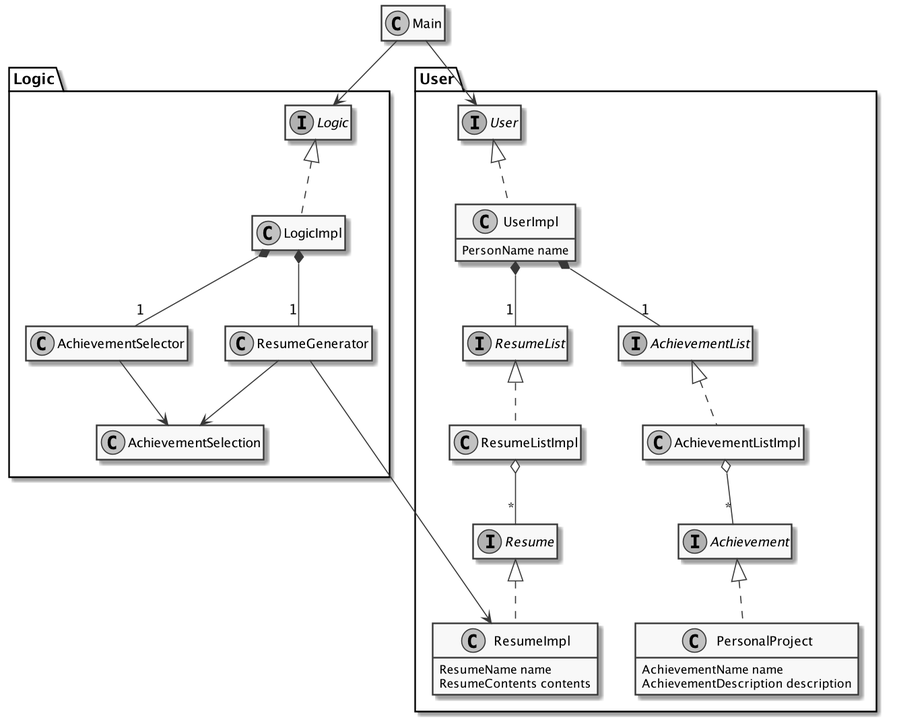
Earlier version of the PlantUML export docs/images/BackendClassDiagram.png (marckysan/ResuMe). Its source is kept beside it as docs/diagrams/BackendClassDiagram.puml. Source of this version:
```plantuml
@startuml

skinparam monochrome true
hide empty members

class Main
Main --> Logic.Logic
Main --> User.User

namespace Logic {

interface Logic
class LogicImpl
Logic <|.. LogicImpl

class ResumeGenerator
class AchievementSelector
LogicImpl *-- "1" ResumeGenerator
LogicImpl *-- "1" AchievementSelector

class AchievementSelection
AchievementSelector --> AchievementSelection

ResumeGenerator --> AchievementSelection
ResumeGenerator --> User.ResumeImpl
}

namespace User {

interface User
class UserImpl {
    PersonName name
}
User <|.. UserImpl
UserImpl *-- "1" AchievementList
UserImpl *-- "1" ResumeList

interface Achievement
class PersonalProject {
    AchievementName name
    AchievementDescription description
}
interface AchievementList
class AchievementListImpl
Achievement <|.. PersonalProject
AchievementList <|.. AchievementListImpl
AchievementListImpl o-- "*" Achievement

interface Resume
class ResumeImpl {
    ResumeName name
    ResumeContents contents
}
interface ResumeList
class ResumeListImpl
Resume <|.. ResumeImpl
ResumeList <|.. ResumeListImpl
ResumeListImpl o-- "*" Resume

}

@enduml
```
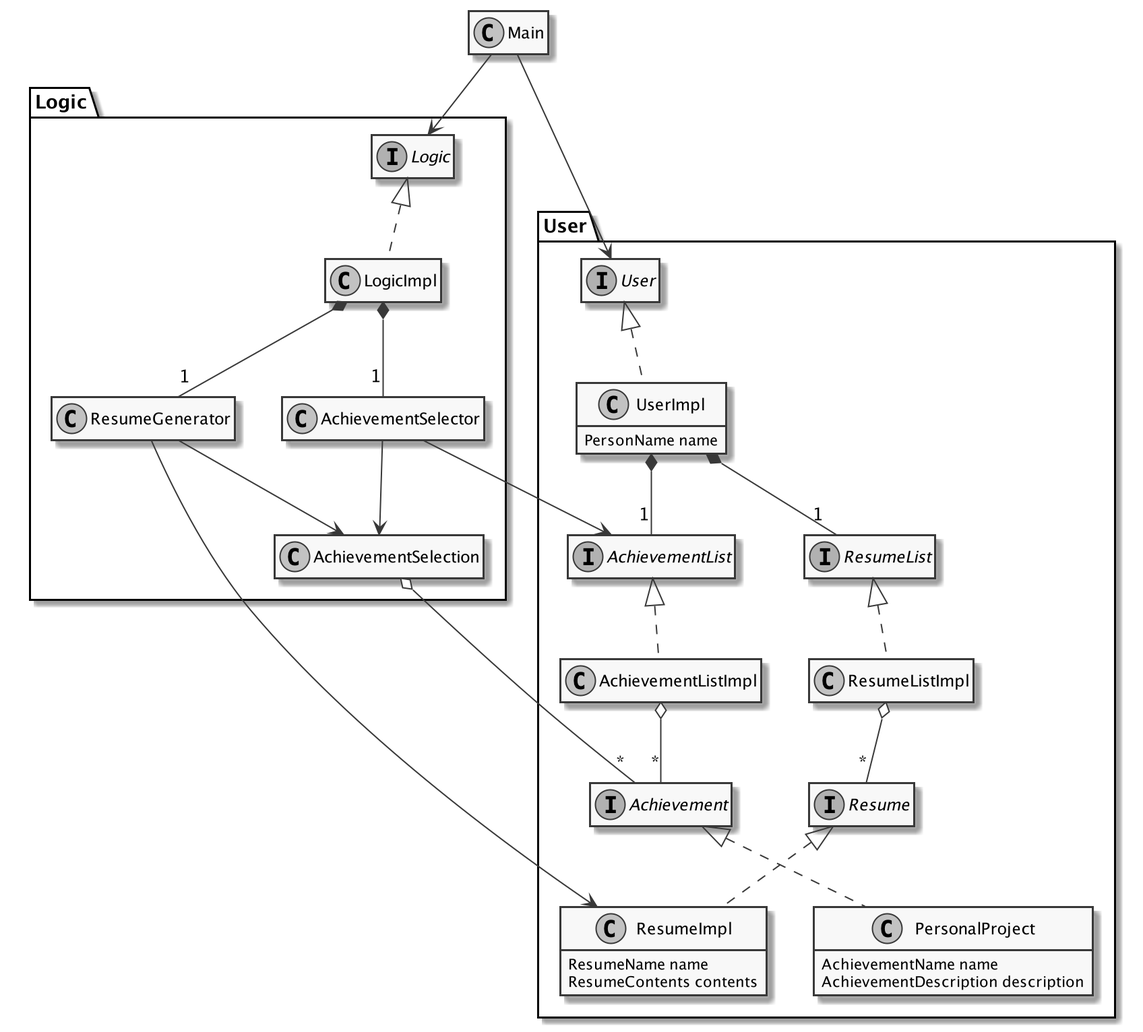
Later version of the same file.

Commit message:
Update UML class diagram with new dependencies for logic

Change to the diagram source:
```diff
@@ -20,6 +20,8 @@
 
 class AchievementSelection
 AchievementSelector --> AchievementSelection
+AchievementSelector --> User.AchievementList
+AchievementSelection o-- "*" User.Achievement
 
 ResumeGenerator --> AchievementSelection
 ResumeGenerator --> User.ResumeImpl
```
